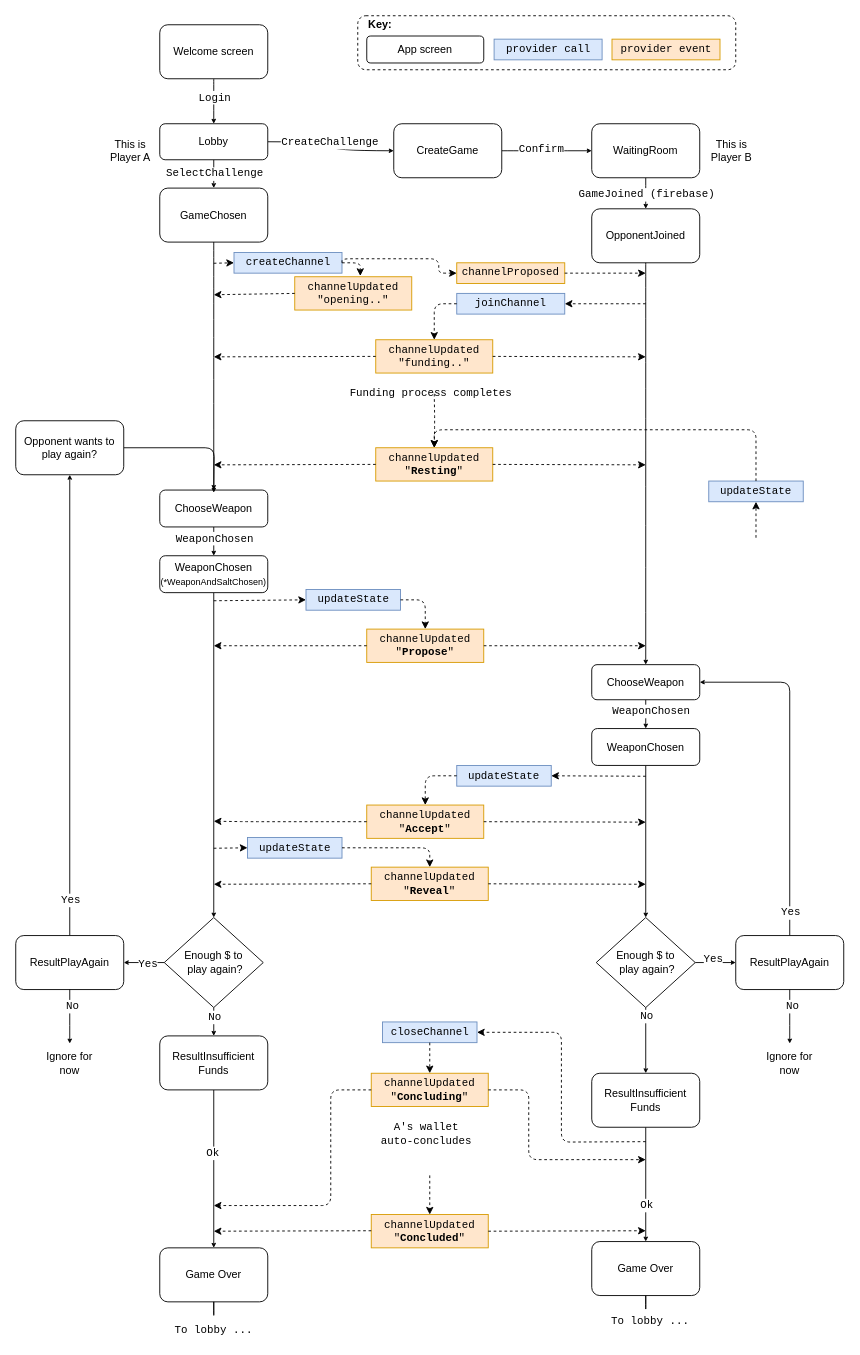
Earlier version of the draw.io diagram packages/rps/notes/user-workflows-new-api.drawio (statechannels/apps). Source tidied: cells renumbered, new cells numbered last; positions are measured from the earlier drawing's top-left corner, leaving out a move shared by most shapes. Both pictures are drawn from the tidied source at 90%, with x=0, y=0 at pixel (15, 15).
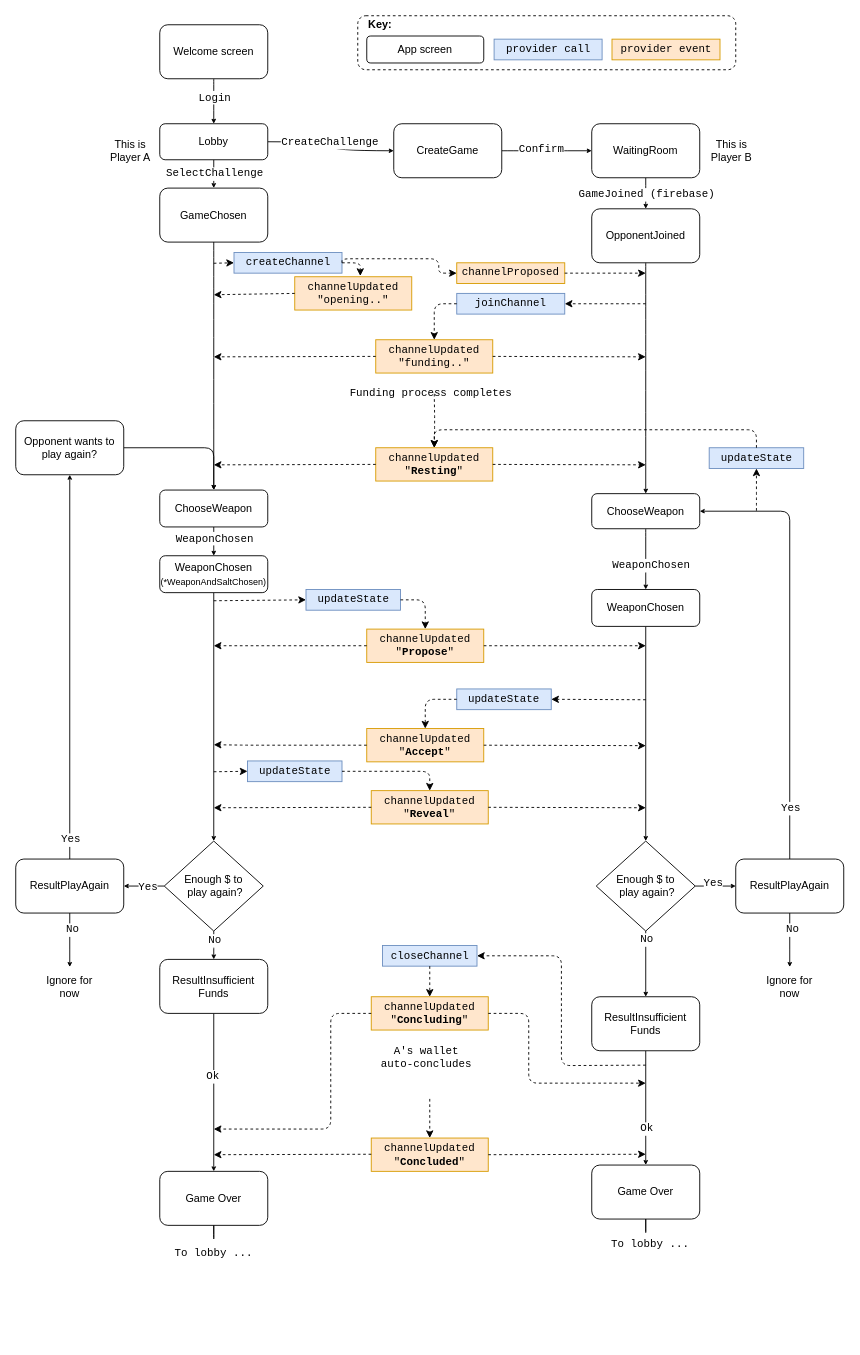
The same diagram, later.

Unchanged cells that the change refers to:
```xml
<mxCell id="8" style="edgeStyle=orthogonalEdgeStyle;curved=1;rounded=0;html=1;startArrow=none;startFill=0;startSize=1;endArrow=classic;endFill=1;endSize=3;jettySize=auto;strokeColor=#000000;strokeWidth=1;fontFamily=Courier New;" parent="1" edge="1" source="12" target="13">
  <mxGeometry relative="1" as="geometry" />
</mxCell>
<mxCell id="13" value="GameChosen" style="rounded=1;whiteSpace=wrap;html=1;fillColor=#ffffff;align=center;strokeColor=#000000;" parent="1" vertex="1">
  <mxGeometry x="160" y="191.5" width="120" height="60" as="geometry" />
</mxCell>
<mxCell id="17" value="ChooseWeapon" style="rounded=1;whiteSpace=wrap;html=1;fillColor=#ffffff;align=center;strokeColor=#000000;" parent="1" vertex="1">
  <mxGeometry x="160" y="527" width="120" height="41" as="geometry" />
</mxCell>
<mxCell id="123" value="Opponent wants to play again?" style="rounded=1;whiteSpace=wrap;html=1;fillColor=#ffffff;align=center;strokeColor=#000000;" parent="1" vertex="1">
  <mxGeometry y="450" width="120" height="60" as="geometry" />
</mxCell>
```

Diff of the diagram source:
```diff
@@
     <mxCell id="11" value="A's wallet&lt;br&gt;auto-concludes" style="text;html=1;align=center;verticalAlign=middle;labelBackgroundColor=#ffffff;fontFamily=Courier New;" parent="8" vertex="1">
       <mxGeometry x="-0.15" relative="1" as="geometry">
-        <mxPoint x="235" y="1063" as="offset" />
+        <mxPoint x="235" y="978" as="offset" />
       </mxGeometry>
     </mxCell>
@@
-    <mxCell id="14" style="edgeStyle=orthogonalEdgeStyle;curved=1;rounded=0;html=1;startArrow=none;startFill=0;startSize=1;endArrow=classic;endFill=1;endSize=3;jettySize=auto;strokeColor=#000000;strokeWidth=1;fontFamily=Courier New;exitX=0.5;exitY=1;exitDx=0;exitDy=0;" parent="1" edge="1" source="13" target="17">
+    <mxCell id="14" style="edgeStyle=orthogonalEdgeStyle;curved=1;rounded=0;html=1;startArrow=none;startFill=0;startSize=1;endArrow=classic;endFill=1;endSize=3;jettySize=auto;strokeColor=#000000;strokeWidth=1;fontFamily=Courier New;exitX=0.5;exitY=1;exitDx=0;exitDy=0;entryX=0.5;entryY=0;entryDx=0;entryDy=0;" parent="1" edge="1" source="13" target="17">
       <mxGeometry relative="1" as="geometry" />
     </mxCell>
@@
     <mxCell id="22" value="ResultPlayAgain" style="rounded=1;whiteSpace=wrap;html=1;fillColor=#ffffff;align=center;strokeColor=#000000;" parent="1" vertex="1">
-      <mxGeometry y="1022" width="120" height="60" as="geometry" />
+      <mxGeometry y="937" width="120" height="60" as="geometry" />
     </mxCell>
@@
     <mxCell id="32" value="ChooseWeapon" style="rounded=1;whiteSpace=wrap;html=1;fillColor=#ffffff;align=center;strokeColor=#000000;" parent="1" vertex="1">
-      <mxGeometry x="640" y="721" width="120" height="39" as="geometry" />
+      <mxGeometry x="640" y="531" width="120" height="39" as="geometry" />
     </mxCell>
@@
     <mxCell id="34" value="WeaponChosen" style="rounded=1;whiteSpace=wrap;html=1;fillColor=#ffffff;align=center;strokeColor=#000000;" parent="1" vertex="1">
-      <mxGeometry x="640" y="792" width="120" height="41" as="geometry" />
+      <mxGeometry x="640" y="637.5" width="120" height="41" as="geometry" />
     </mxCell>
@@
     <mxCell id="37" value="ResultInsufficient&lt;br&gt;Funds" style="rounded=1;whiteSpace=wrap;html=1;fillColor=#ffffff;align=center;strokeColor=#000000;" parent="1" vertex="1">
-      <mxGeometry x="640" y="1175" width="120" height="60" as="geometry" />
+      <mxGeometry x="640" y="1090" width="120" height="60" as="geometry" />
     </mxCell>
@@
     <mxCell id="43" value="Enough $ to&lt;br&gt;&amp;nbsp;play again?" style="rhombus;whiteSpace=wrap;html=1;fillColor=#ffffff;fontFamily=Helvetica;align=center;strokeColor=#000000;" parent="1" vertex="1">
-      <mxGeometry x="165" y="1002" width="110" height="100" as="geometry" />
+      <mxGeometry x="165" y="917" width="110" height="100" as="geometry" />
     </mxCell>
@@
     <mxCell id="48" value="Enough $ to&lt;br&gt;&amp;nbsp;play again?" style="rhombus;whiteSpace=wrap;html=1;fillColor=#ffffff;fontFamily=Helvetica;align=center;strokeColor=#000000;" parent="1" vertex="1">
-      <mxGeometry x="645" y="1002" width="110" height="100" as="geometry" />
+      <mxGeometry x="645" y="917" width="110" height="100" as="geometry" />
     </mxCell>
@@
     <mxCell id="51" style="edgeStyle=orthogonalEdgeStyle;rounded=1;html=1;exitX=0.5;exitY=1;startArrow=none;startFill=0;startSize=1;endArrow=classic;endFill=1;endSize=3;jettySize=auto;strokeColor=#000000;strokeWidth=1;fontFamily=Courier New;" parent="1" edge="1" source="53">
       <mxGeometry relative="1" as="geometry">
-        <mxPoint x="860" y="1142" as="targetPoint" />
+        <mxPoint x="860" y="1057" as="targetPoint" />
       </mxGeometry>
     </mxCell>
@@
     <mxCell id="53" value="ResultPlayAgain" style="rounded=1;whiteSpace=wrap;html=1;fillColor=#ffffff;align=center;strokeColor=#000000;" parent="1" vertex="1">
-      <mxGeometry x="800" y="1022" width="120" height="60" as="geometry" />
+      <mxGeometry x="800" y="937" width="120" height="60" as="geometry" />
     </mxCell>
@@
     <mxCell id="56" value="ResultInsufficient&lt;br&gt;Funds" style="rounded=1;whiteSpace=wrap;html=1;fillColor=#ffffff;align=center;strokeColor=#000000;" parent="1" vertex="1">
-      <mxGeometry x="160" y="1133.5" width="120" height="60" as="geometry" />
+      <mxGeometry x="160" y="1048.5" width="120" height="60" as="geometry" />
     </mxCell>
     <mxCell id="57" style="edgeStyle=orthogonalEdgeStyle;rounded=1;html=1;startArrow=none;startFill=0;startSize=1;endArrow=classic;endFill=1;endSize=3;jettySize=auto;strokeColor=#000000;strokeWidth=1;fontFamily=Helvetica;" parent="1" edge="1" source="58">
       <mxGeometry relative="1" as="geometry">
-        <mxPoint x="220" y="1412" as="targetPoint" />
+        <mxPoint x="220" y="1327" as="targetPoint" />
       </mxGeometry>
     </mxCell>
     <mxCell id="58" value="Game Over&lt;br&gt;" style="rounded=1;whiteSpace=wrap;html=1;fillColor=#ffffff;align=center;strokeColor=#000000;" parent="1" vertex="1">
-      <mxGeometry x="160" y="1369" width="120" height="60" as="geometry" />
+      <mxGeometry x="160" y="1284" width="120" height="60" as="geometry" />
     </mxCell>
     <mxCell id="59" style="edgeStyle=orthogonalEdgeStyle;rounded=1;html=1;startArrow=none;startFill=0;startSize=1;endArrow=classic;endFill=1;endSize=3;jettySize=auto;strokeColor=#000000;strokeWidth=1;fontFamily=Courier New;" parent="1" edge="1" source="60">
       <mxGeometry relative="1" as="geometry">
-        <mxPoint x="700" y="1412" as="targetPoint" />
+        <mxPoint x="700" y="1327" as="targetPoint" />
       </mxGeometry>
     </mxCell>
     <mxCell id="60" value="Game Over&lt;br&gt;" style="rounded=1;whiteSpace=wrap;html=1;fillColor=#ffffff;align=center;strokeColor=#000000;" parent="1" vertex="1">
-      <mxGeometry x="640" y="1362" width="120" height="60" as="geometry" />
+      <mxGeometry x="640" y="1277" width="120" height="60" as="geometry" />
     </mxCell>
     <mxCell id="61" value="To lobby ..." style="text;html=1;align=left;verticalAlign=top;spacingTop=-4;fontFamily=Courier New;" parent="1" vertex="1">
-      <mxGeometry x="175" y="1451" width="100" height="20" as="geometry" />
+      <mxGeometry x="175" y="1366" width="100" height="20" as="geometry" />
     </mxCell>
     <mxCell id="62" value="To lobby ..." style="text;html=1;align=left;verticalAlign=top;spacingTop=-4;fontFamily=Courier New;" parent="1" vertex="1">
-      <mxGeometry x="660" y="1441" width="100" height="20" as="geometry" />
+      <mxGeometry x="660" y="1356" width="100" height="20" as="geometry" />
     </mxCell>
@@
     <mxCell id="80" value="channelUpdated&lt;br&gt;&quot;&lt;b&gt;Accept&lt;/b&gt;&quot;" style="rounded=0;whiteSpace=wrap;html=1;fontFamily=Courier New;fillColor=#ffe6cc;strokeColor=#d79b00;" parent="1" vertex="1">
-      <mxGeometry x="390" y="877" width="130" height="37" as="geometry" />
+      <mxGeometry x="390" y="792" width="130" height="37" as="geometry" />
     </mxCell>
     <mxCell id="81" value="channelUpdated&lt;br&gt;&quot;&lt;b&gt;Reveal&lt;/b&gt;&quot;" style="rounded=0;whiteSpace=wrap;html=1;fontFamily=Courier New;fillColor=#ffe6cc;strokeColor=#d79b00;" parent="1" vertex="1">
-      <mxGeometry x="395" y="946" width="130" height="37" as="geometry" />
+      <mxGeometry x="395" y="861" width="130" height="37" as="geometry" />
     </mxCell>
@@
     <mxCell id="83" value="updateState" style="rounded=0;whiteSpace=wrap;html=1;fontFamily=Courier New;fillColor=#dae8fc;strokeColor=#6c8ebf;" parent="1" vertex="1">
-      <mxGeometry x="490" y="833" width="105" height="23" as="geometry" />
+      <mxGeometry x="490" y="748" width="105" height="23" as="geometry" />
     </mxCell>
     <mxCell id="84" value="updateState" style="rounded=0;whiteSpace=wrap;html=1;fontFamily=Courier New;fillColor=#dae8fc;strokeColor=#6c8ebf;" parent="1" vertex="1">
-      <mxGeometry x="257.5" y="913" width="105" height="23" as="geometry" />
+      <mxGeometry x="257.5" y="828" width="105" height="23" as="geometry" />
     </mxCell>
@@
     <mxCell id="89" style="endArrow=classic;dashed=1;html=1;strokeColor=#000000;strokeWidth=1;fontFamily=Courier New;endFill=1;entryX=1;entryY=0.5;entryDx=0;entryDy=0;" parent="1" edge="1" target="83">
       <mxGeometry relative="1" as="geometry">
-        <mxPoint x="700" y="845" as="sourcePoint" />
+        <mxPoint x="700" y="760" as="sourcePoint" />
       </mxGeometry>
     </mxCell>
@@
     <mxCell id="91" style="endArrow=classic;dashed=1;html=1;strokeColor=#000000;strokeWidth=1;fontFamily=Courier New;endFill=1;exitX=0;exitY=0.5;exitDx=0;exitDy=0;edgeStyle=orthogonalEdgeStyle;" parent="1" edge="1" source="80">
       <mxGeometry relative="1" as="geometry">
-        <mxPoint x="220" y="895" as="targetPoint" />
+        <mxPoint x="220" y="810" as="targetPoint" />
         <Array as="points">
-          <mxPoint x="260" y="895" />
-          <mxPoint x="220" y="895" />
+          <mxPoint x="260" y="810" />
+          <mxPoint x="220" y="810" />
         </Array>
       </mxGeometry>
     </mxCell>
     <mxCell id="92" style="endArrow=classic;dashed=1;html=1;strokeColor=#000000;strokeWidth=1;fontFamily=Courier New;endFill=1;entryX=0;entryY=0.5;entryDx=0;entryDy=0;" parent="1" edge="1" target="84">
       <mxGeometry relative="1" as="geometry">
-        <mxPoint x="220" y="925" as="sourcePoint" />
+        <mxPoint x="220" y="840" as="sourcePoint" />
       </mxGeometry>
     </mxCell>
@@
     <mxCell id="95" style="endArrow=classic;dashed=1;html=1;strokeColor=#000000;strokeWidth=1;fontFamily=Courier New;endFill=1;exitX=1;exitY=0.5;exitDx=0;exitDy=0;" parent="1" edge="1" source="81">
       <mxGeometry relative="1" as="geometry">
-        <mxPoint x="700" y="965" as="targetPoint" />
+        <mxPoint x="700" y="880" as="targetPoint" />
       </mxGeometry>
     </mxCell>
     <mxCell id="96" style="endArrow=classic;dashed=1;html=1;strokeColor=#000000;strokeWidth=1;fontFamily=Courier New;endFill=1;exitX=0;exitY=0.5;exitDx=0;exitDy=0;" parent="1" edge="1" source="81">
       <mxGeometry relative="1" as="geometry">
-        <mxPoint x="220" y="965" as="targetPoint" />
+        <mxPoint x="220" y="880" as="targetPoint" />
       </mxGeometry>
     </mxCell>
@@
     <mxCell id="104" value="updateState" style="rounded=0;whiteSpace=wrap;html=1;fontFamily=Courier New;fillColor=#dae8fc;strokeColor=#6c8ebf;" parent="1" vertex="1">
-      <mxGeometry x="770" y="517" width="105" height="23" as="geometry" />
+      <mxGeometry x="770.5" y="480" width="105" height="23" as="geometry" />
     </mxCell>
@@
     <mxCell id="106" value="channelUpdated&lt;br&gt;&quot;&lt;b&gt;Concluding&lt;/b&gt;&quot;" style="rounded=0;whiteSpace=wrap;html=1;fontFamily=Courier New;fillColor=#ffe6cc;strokeColor=#d79b00;" parent="1" vertex="1">
-      <mxGeometry x="395" y="1175" width="130" height="37" as="geometry" />
+      <mxGeometry x="395" y="1090" width="130" height="37" as="geometry" />
     </mxCell>
     <mxCell id="107" value="closeChannel" style="rounded=0;whiteSpace=wrap;html=1;fontFamily=Courier New;fillColor=#dae8fc;strokeColor=#6c8ebf;" parent="1" vertex="1">
-      <mxGeometry x="407.5" y="1118" width="105" height="23" as="geometry" />
+      <mxGeometry x="407.5" y="1033" width="105" height="23" as="geometry" />
     </mxCell>
     <mxCell id="108" style="endArrow=classic;dashed=1;html=1;strokeColor=#000000;strokeWidth=1;fontFamily=Courier New;endFill=1;entryX=1;entryY=0.5;entryDx=0;entryDy=0;edgeStyle=orthogonalEdgeStyle;" parent="1" edge="1" target="107">
       <mxGeometry relative="1" as="geometry">
-        <mxPoint x="700" y="1251" as="sourcePoint" />
+        <mxPoint x="700" y="1166" as="sourcePoint" />
       </mxGeometry>
     </mxCell>
     <mxCell id="109" style="endArrow=classic;dashed=1;html=1;strokeColor=#000000;strokeWidth=1;fontFamily=Courier New;endFill=1;edgeStyle=orthogonalEdgeStyle;exitX=1;exitY=0.5;exitDx=0;exitDy=0;" parent="1" edge="1" source="106">
       <mxGeometry relative="1" as="geometry">
-        <mxPoint x="700" y="1271" as="targetPoint" />
+        <mxPoint x="700" y="1186" as="targetPoint" />
         <Array as="points">
-          <mxPoint x="570" y="1194" />
-          <mxPoint x="570" y="1271" />
+          <mxPoint x="570" y="1109" />
+          <mxPoint x="570" y="1186" />
         </Array>
       </mxGeometry>
     </mxCell>
     <mxCell id="110" style="endArrow=classic;dashed=1;html=1;strokeColor=#000000;strokeWidth=1;fontFamily=Courier New;endFill=1;exitX=0;exitY=0.5;exitDx=0;exitDy=0;edgeStyle=orthogonalEdgeStyle;" parent="1" edge="1" source="106">
       <mxGeometry relative="1" as="geometry">
-        <mxPoint x="220" y="1322" as="targetPoint" />
+        <mxPoint x="220" y="1237" as="targetPoint" />
         <Array as="points">
-          <mxPoint x="350" y="1194" />
-          <mxPoint x="350" y="1322" />
-          <mxPoint x="220" y="1322" />
+          <mxPoint x="350" y="1109" />
+          <mxPoint x="350" y="1237" />
+          <mxPoint x="220" y="1237" />
         </Array>
       </mxGeometry>
     </mxCell>
@@
     <mxCell id="112" value="channelUpdated&lt;br&gt;&quot;&lt;b&gt;Concluded&lt;/b&gt;&quot;" style="rounded=0;whiteSpace=wrap;html=1;fontFamily=Courier New;fillColor=#ffe6cc;strokeColor=#d79b00;" parent="1" vertex="1">
-      <mxGeometry x="395" y="1332" width="130" height="37" as="geometry" />
+      <mxGeometry x="395" y="1247" width="130" height="37" as="geometry" />
     </mxCell>
     <mxCell id="113" style="edgeStyle=orthogonalEdgeStyle;rounded=1;html=1;exitX=0.5;exitY=1;startArrow=none;startFill=0;startSize=1;endArrow=classic;endFill=1;endSize=3;jettySize=auto;strokeColor=#000000;strokeWidth=1;fontFamily=Courier New;exitDx=0;exitDy=0;" parent="1" edge="1" source="22">
       <mxGeometry relative="1" as="geometry">
-        <mxPoint x="60" y="1142" as="targetPoint" />
+        <mxPoint x="60" y="1057" as="targetPoint" />
       </mxGeometry>
     </mxCell>
@@
     <mxCell id="115" value="Ignore for now" style="text;html=1;strokeColor=none;fillColor=none;align=center;verticalAlign=middle;whiteSpace=wrap;rounded=0;dashed=1;fontFamily=Helvetica;" parent="1" vertex="1">
-      <mxGeometry x="30" y="1153.5" width="60" height="20" as="geometry" />
+      <mxGeometry x="30" y="1068.5" width="60" height="20" as="geometry" />
     </mxCell>
     <mxCell id="116" value="Ignore for now" style="text;html=1;strokeColor=none;fillColor=none;align=center;verticalAlign=middle;whiteSpace=wrap;rounded=0;dashed=1;fontFamily=Helvetica;" parent="1" vertex="1">
-      <mxGeometry x="829.5" y="1153.5" width="60" height="20" as="geometry" />
+      <mxGeometry x="829.5" y="1068.5" width="60" height="20" as="geometry" />
     </mxCell>
     <mxCell id="117" style="endArrow=classic;dashed=1;html=1;strokeColor=#000000;strokeWidth=1;fontFamily=Courier New;endFill=1;exitX=1;exitY=0.5;exitDx=0;exitDy=0;" parent="1" edge="1">
       <mxGeometry relative="1" as="geometry">
-        <mxPoint x="525" y="1350.5" as="sourcePoint" />
-        <mxPoint x="700" y="1350" as="targetPoint" />
+        <mxPoint x="525" y="1265.5" as="sourcePoint" />
+        <mxPoint x="700" y="1265" as="targetPoint" />
       </mxGeometry>
     </mxCell>
     <mxCell id="118" style="endArrow=classic;dashed=1;html=1;strokeColor=#000000;strokeWidth=1;fontFamily=Courier New;endFill=1;exitX=0;exitY=0.5;exitDx=0;exitDy=0;" parent="1" edge="1">
       <mxGeometry relative="1" as="geometry">
-        <mxPoint x="395" y="1350" as="sourcePoint" />
-        <mxPoint x="220" y="1350.5" as="targetPoint" />
+        <mxPoint x="395" y="1265" as="sourcePoint" />
+        <mxPoint x="220" y="1265.5" as="targetPoint" />
       </mxGeometry>
     </mxCell>
     <mxCell id="119" style="endArrow=classic;dashed=1;html=1;strokeColor=#000000;strokeWidth=1;fontFamily=Courier New;endFill=1;edgeStyle=orthogonalEdgeStyle;" parent="1" edge="1">
       <mxGeometry relative="1" as="geometry">
-        <mxPoint x="460" y="1288.5" as="sourcePoint" />
-        <mxPoint x="460" y="1332" as="targetPoint" />
+        <mxPoint x="460" y="1203.5" as="sourcePoint" />
+        <mxPoint x="460" y="1247" as="targetPoint" />
       </mxGeometry>
     </mxCell>
     <mxCell id="120" style="endArrow=classic;dashed=1;html=1;strokeColor=#000000;strokeWidth=1;fontFamily=Courier New;endFill=1;entryX=0.5;entryY=1;entryDx=0;entryDy=0;edgeStyle=orthogonalEdgeStyle;" parent="1" edge="1" target="104">
       <mxGeometry relative="1" as="geometry">
-        <mxPoint x="823" y="580" as="sourcePoint" />
+        <mxPoint x="823" y="550" as="sourcePoint" />
         <Array as="points">
           <mxPoint x="823" y="540" />
         </Array>
       </mxGeometry>
     </mxCell>
     <mxCell id="121" style="endArrow=classic;dashed=1;html=1;strokeColor=#000000;strokeWidth=1;fontFamily=Courier New;endFill=1;exitX=1;exitY=0.5;exitDx=0;exitDy=0;" parent="1" edge="1" source="80">
       <mxGeometry relative="1" as="geometry">
-        <mxPoint x="700" y="896" as="targetPoint" />
+        <mxPoint x="700" y="811" as="targetPoint" />
       </mxGeometry>
     </mxCell>
-    <mxCell id="122" style="edgeStyle=orthogonalEdgeStyle;rounded=1;jettySize=auto;html=1;exitX=1;exitY=0.5;exitDx=0;exitDy=0;endSize=3;strokeWidth=1;" parent="1" edge="1" source="123">
-      <mxGeometry relative="1" as="geometry">
-        <mxPoint x="220" y="530" as="targetPoint" />
-      </mxGeometry>
+    <mxCell id="122" style="edgeStyle=orthogonalEdgeStyle;rounded=1;jettySize=auto;html=1;exitX=1;exitY=0.5;exitDx=0;exitDy=0;endSize=3;strokeWidth=1;entryX=0.5;entryY=0;entryDx=0;entryDy=0;" parent="1" edge="1" source="123" target="17">
+      <mxGeometry relative="1" as="geometry" />
     </mxCell>
```
